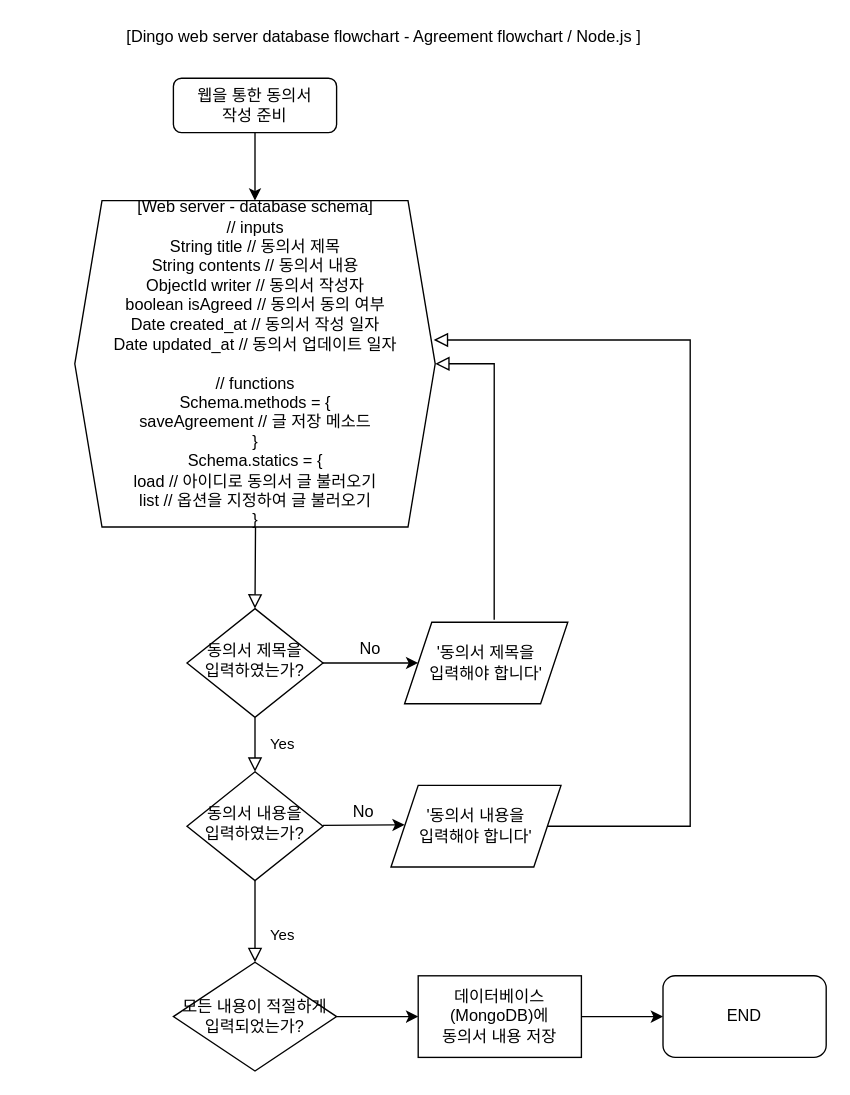
Above: Untitled Diagram.drawio in dosthcpp/My-Projects (draw.io), before the change. Source tidied: cells renumbered, new cells numbered last; positions are measured from the earlier drawing's top-left corner, leaving out a move shared by most shapes. Both pictures are drawn from the tidied source at 136%, with x=0, y=0 at pixel (23, 23).
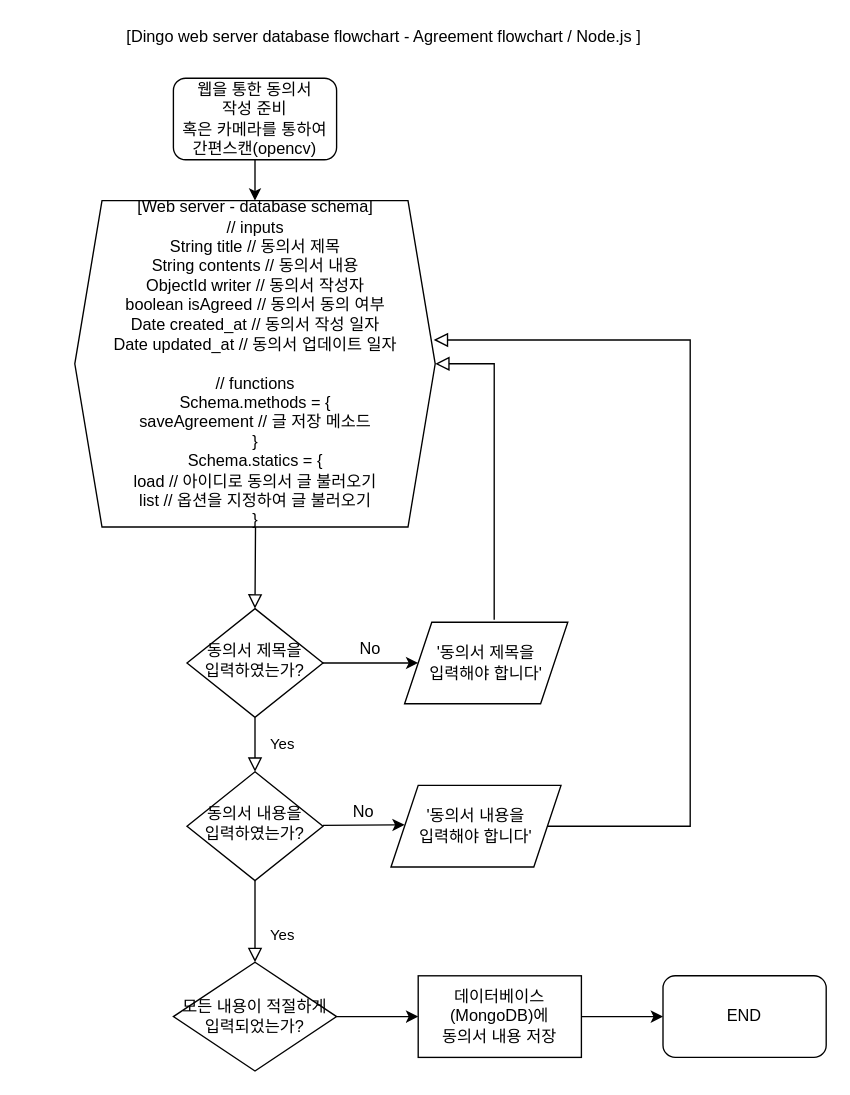
The same page after the edit.

Unchanged cells that the change refers to:
```xml
<mxCell id="9" value="[Web server - database schema]&lt;br&gt;// inputs&lt;br&gt;String title // 동의서 제목&lt;br&gt;String contents // 동의서 내용&lt;br&gt;ObjectId writer // 동의서 작성자&lt;br&gt;boolean isAgreed // 동의서 동의 여부&lt;br&gt;Date created_at // 동의서 작성 일자&lt;br&gt;Date updated_at // 동의서 업데이트 일자&lt;br&gt;&lt;br&gt;// functions&lt;br&gt;Schema.methods = {&lt;br&gt;saveAgreement // 글 저장 메소드&lt;br&gt;}&lt;br&gt;Schema.statics = {&lt;br&gt;load // 아이디로 동의서 글 불러오기&lt;br&gt;list // 옵션을 지정하여 글 불러오기&lt;br&gt;}" style="shape=hexagon;perimeter=hexagonPerimeter2;whiteSpace=wrap;html=1;fixedSize=1;" parent="1" vertex="1">
  <mxGeometry x="37.5" y="130" width="265" height="240" as="geometry" />
</mxCell>
```

What changed in the source:
```diff
@@
-    <mxCell id="3" value="웹을 통한 동의서&lt;br&gt;작성 준비" style="rounded=1;whiteSpace=wrap;html=1;fontSize=12;glass=0;strokeWidth=1;shadow=0;" parent="1" vertex="1">
-      <mxGeometry x="110" y="40" width="120" height="40" as="geometry" />
+    <mxCell id="3" value="웹을 통한 동의서&lt;br&gt;작성 준비&lt;br&gt;혹은 카메라를 통하여 간편스캔(opencv)" style="rounded=1;whiteSpace=wrap;html=1;fontSize=12;glass=0;strokeWidth=1;shadow=0;" parent="1" vertex="1">
+      <mxGeometry x="110" y="40" width="120" height="60" as="geometry" />
     </mxCell>
@@
-    <mxCell id="10" style="endArrow=classic;html=1;exitX=0.5;exitY=1;exitDx=0;exitDy=0;entryX=0.5;entryY=0;entryDx=0;entryDy=0;" parent="1" edge="1" source="3" target="9">
-      <mxGeometry relative="1" as="geometry" />
+    <mxCell id="10" style="endArrow=classic;html=1;entryX=0.5;entryY=0;entryDx=0;entryDy=0;" parent="1" edge="1" target="9">
+      <mxGeometry relative="1" as="geometry">
+        <mxPoint x="170" y="100" as="sourcePoint" />
+      </mxGeometry>
     </mxCell>
```
